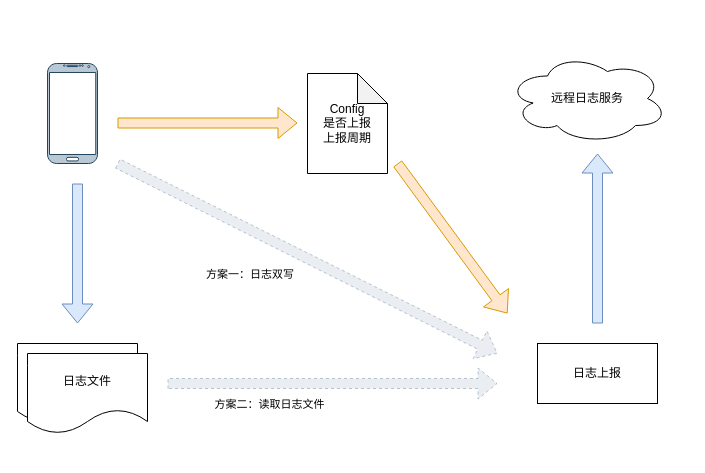
Above: log_report.drawio in XXXShaoZi/test_file (draw.io), before the change. Source tidied: cells renumbered, new cells numbered last; positions are measured from the earlier drawing's top-left corner, leaving out a move shared by most shapes. Both pictures are drawn from the tidied source at 100%, with x=0, y=0 at pixel (17, 53).
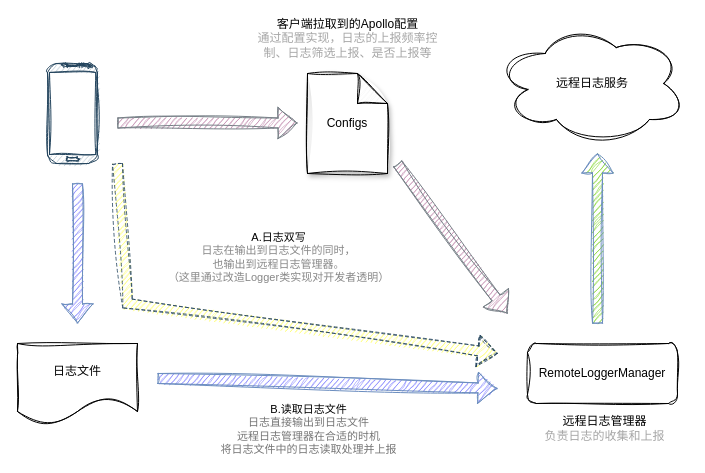
The same page after the edit.

What changed in the source:
```diff
@@
-    <mxCell id="2" value="远程日志服务" style="ellipse;shape=cloud;whiteSpace=wrap;html=1;" parent="1" vertex="1">
-      <mxGeometry x="490" width="160" height="90" as="geometry" />
+    <mxCell id="2" value="远程日志服务" style="ellipse;shape=cloud;whiteSpace=wrap;html=1;sketch=1;curveFitting=1;jiggle=2;" parent="1" vertex="1">
+      <mxGeometry x="480" y="-30" width="190" height="120" as="geometry" />
     </mxCell>
-    <mxCell id="3" style="verticalLabelPosition=bottom;verticalAlign=top;html=1;shadow=0;dashed=0;strokeWidth=1;shape=mxgraph.android.phone2;strokeColor=#23445d;fillColor=#bac8d3;" parent="1" vertex="1">
+    <mxCell id="3" style="verticalLabelPosition=bottom;verticalAlign=top;html=1;shadow=0;dashed=0;strokeWidth=1;shape=mxgraph.android.phone2;strokeColor=#23445d;fillColor=#bac8d3;sketch=1;curveFitting=1;jiggle=2;" parent="1" vertex="1">
       <mxGeometry x="30" y="10" width="50" height="100" as="geometry" />
     </mxCell>
-    <mxCell id="4" style="group;" parent="1" vertex="1">
-      <mxGeometry y="290" width="130" height="90" as="geometry" />
-    </mxCell>
-    <mxCell id="5" style="shape=document;whiteSpace=wrap;html=1;boundedLbl=1;" parent="4" vertex="1">
-      <mxGeometry width="120" height="80" as="geometry" />
-    </mxCell>
-    <mxCell id="6" value="日志文件" style="shape=document;whiteSpace=wrap;html=1;boundedLbl=1;" parent="4" vertex="1">
-      <mxGeometry x="10" y="10" width="120" height="80" as="geometry" />
-    </mxCell>
-    <mxCell id="7" style="endArrow=classic;html=1;rounded=0;shape=flexArrow;fillColor=#dae8fc;strokeColor=#6c8ebf;" parent="1" edge="1">
+    <mxCell id="7" style="endArrow=classic;html=1;rounded=0;shape=flexArrow;fillColor=#6666FF;strokeColor=#6c8ebf;sketch=1;curveFitting=1;jiggle=2;" parent="1" edge="1">
       <mxGeometry relative="1" as="geometry">
         <mxPoint x="60" y="130" as="sourcePoint" />
         <mxPoint x="60" y="270" as="targetPoint" />
       </mxGeometry>
     </mxCell>
-    <mxCell id="8" value="日志上报" style="rounded=0;whiteSpace=wrap;html=1;" parent="1" vertex="1">
-      <mxGeometry x="520" y="290" width="120" height="60" as="geometry" />
+    <mxCell id="8" value="RemoteLoggerManager" style="rounded=1;whiteSpace=wrap;html=1;sketch=1;curveFitting=1;jiggle=2;" parent="1" vertex="1">
+      <mxGeometry x="510" y="290" width="150" height="60" as="geometry" />
     </mxCell>
-    <mxCell id="9" style="endArrow=classic;html=1;rounded=0;shape=flexArrow;fillColor=#dae8fc;strokeColor=#6c8ebf;" parent="1" edge="1">
+    <mxCell id="9" style="endArrow=classic;html=1;rounded=0;shape=flexArrow;fillColor=#66CC00;strokeColor=#6c8ebf;sketch=1;curveFitting=1;jiggle=2;shadow=0;" parent="1" edge="1">
       <mxGeometry relative="1" as="geometry">
         <mxPoint x="580" y="270" as="sourcePoint" />
         <mxPoint x="580" y="100" as="targetPoint" />
       </mxGeometry>
     </mxCell>
-    <mxCell id="10" value="Config&lt;br&gt;是否上报&lt;br&gt;上报周期&lt;br&gt;" style="shape=note;whiteSpace=wrap;html=1;backgroundOutline=1;darkOpacity=0.05;" parent="1" vertex="1">
+    <mxCell id="10" value="Configs" style="shape=note;whiteSpace=wrap;html=1;backgroundOutline=1;darkOpacity=0.05;sketch=1;curveFitting=1;jiggle=2;shadow=1;" parent="1" vertex="1">
       <mxGeometry x="290" y="20" width="80" height="100" as="geometry" />
     </mxCell>
-    <mxCell id="11" style="endArrow=classic;html=1;rounded=0;shape=flexArrow;fillColor=#ffe6cc;strokeColor=#d79b00;" parent="1" edge="1">
+    <mxCell id="11" style="endArrow=classic;html=1;rounded=0;shape=flexArrow;fillColor=#B5739D;strokeColor=#778087;sketch=1;curveFitting=1;jiggle=2;shadow=0;" parent="1" edge="1">
       <mxGeometry relative="1" as="geometry">
         <mxPoint x="380" y="110" as="sourcePoint" />
         <mxPoint x="490" y="260" as="targetPoint" />
       </mxGeometry>
     </mxCell>
-    <mxCell id="12" style="endArrow=classic;html=1;rounded=0;shape=flexArrow;fillColor=#ffe6cc;strokeColor=#d79b00;" parent="1" edge="1">
+    <mxCell id="12" style="endArrow=classic;html=1;rounded=0;shape=flexArrow;fillColor=#B5739D;strokeColor=#778087;sketch=1;curveFitting=1;jiggle=2;" parent="1" edge="1">
       <mxGeometry relative="1" as="geometry">
         <mxPoint x="100" y="69.5" as="sourcePoint" />
         <mxPoint x="280" y="69.5" as="targetPoint" />
       </mxGeometry>
     </mxCell>
-    <mxCell id="13" style="endArrow=classic;html=1;rounded=0;shape=flexArrow;dashed=1;fillColor=#bac8d3;strokeColor=#23445d;fillStyle=solid;opacity=30;" parent="1" edge="1">
-      <mxGeometry relative="1" as="geometry">
-        <mxPoint x="150" y="330" as="sourcePoint" />
-        <mxPoint x="480" y="330" as="targetPoint" />
-      </mxGeometry>
-    </mxCell>
-    <mxCell id="14" value="方案二：读取日志文件" style="edgeLabel;html=1;align=center;verticalAlign=middle;" parent="13" vertex="1">
-      <mxGeometry x="-0.1" y="6" relative="1" as="geometry">
-        <mxPoint x="-48" y="26" as="offset" />
-      </mxGeometry>
-    </mxCell>
-    <mxCell id="15" style="endArrow=classic;html=1;rounded=0;shape=flexArrow;dashed=1;fillColor=#bac8d3;strokeColor=#23445d;opacity=30;" parent="1" edge="1">
+    <mxCell id="15" style="endArrow=classic;html=1;rounded=0;shape=flexArrow;dashed=1;fillColor=#FFFF33;strokeColor=#23445d;opacity=80;sketch=1;curveFitting=1;jiggle=2;" parent="1" edge="1">
       <mxGeometry relative="1" as="geometry">
         <mxPoint x="100" y="110" as="sourcePoint" />
         <mxPoint x="480" y="300" as="targetPoint" />
+        <Array as="points">
+          <mxPoint x="110" y="250" />
+        </Array>
       </mxGeometry>
     </mxCell>
-    <mxCell id="16" value="&lt;div style=&quot;&quot;&gt;&lt;span style=&quot;white-space: pre;&quot;&gt; &lt;/span&gt;方案一：日志双写&lt;/div&gt;" style="edgeLabel;html=1;align=center;verticalAlign=middle;" parent="15" vertex="1">
+    <mxCell id="16" value="&lt;div style=&quot;&quot;&gt;&lt;span style=&quot;white-space: pre;&quot;&gt;A.&lt;/span&gt;日志双写&lt;/div&gt;&lt;div style=&quot;&quot;&gt;&lt;font color=&quot;#878787&quot;&gt;日志在输出到日志文件的同时，&lt;/font&gt;&lt;/div&gt;&lt;div style=&quot;&quot;&gt;&lt;font color=&quot;#878787&quot;&gt;也输出到远程日志管理器。&lt;/font&gt;&lt;/div&gt;&lt;div style=&quot;&quot;&gt;&lt;font color=&quot;#878787&quot;&gt;（这里通过改造Logger类实现对开发者透明）&lt;/font&gt;&lt;/div&gt;" style="edgeLabel;html=1;align=center;verticalAlign=middle;labelBackgroundColor=none;" parent="15" vertex="1">
       <mxGeometry x="0.04" y="-5" relative="1" as="geometry">
-        <mxPoint x="-65" y="7" as="offset" />
+        <mxPoint x="26" y="-68" as="offset" />
       </mxGeometry>
     </mxCell>
+    <mxCell id="17" value="远程日志管理器&lt;br&gt;&lt;font color=&quot;#a6a6a6&quot;&gt;负责日志的收集和上报&lt;/font&gt;" style="text;strokeColor=none;align=center;fillColor=none;html=1;verticalAlign=middle;whiteSpace=wrap;rounded=0;" parent="1" vertex="1">
+      <mxGeometry x="515" y="360" width="145" height="30" as="geometry" />
+    </mxCell>
+    <mxCell id="6" value="日志文件" style="shape=document;whiteSpace=wrap;html=1;boundedLbl=1;shadow=0;sketch=1;curveFitting=1;jiggle=2;" parent="1" vertex="1">
+      <mxGeometry y="290" width="120" height="80" as="geometry" />
+    </mxCell>
+    <mxCell id="18" value="客户端拉取到的Apollo配置&lt;br&gt;&lt;font color=&quot;#a6a6a6&quot;&gt;通过配置实现，日志的上报频率控制、日志筛选上报、是否上报等&lt;/font&gt;" style="text;strokeColor=none;align=center;fillColor=none;html=1;verticalAlign=middle;whiteSpace=wrap;rounded=0;" parent="1" vertex="1">
+      <mxGeometry x="233.8" y="-30" width="192.5" height="30" as="geometry" />
+    </mxCell>
+    <mxCell id="19" value="B.读取日志文件&lt;br&gt;&lt;font color=&quot;#757575&quot;&gt;日志直接输出到日志文件&lt;br&gt;远程日志管理器在合适的时机&lt;br&gt;将日志文件中的日志读取处理并上报&lt;/font&gt;" style="edgeLabel;html=1;align=center;verticalAlign=middle;labelBackgroundColor=none;" parent="1" vertex="1">
+      <mxGeometry x="290" y="375" as="geometry" />
+    </mxCell>
+    <mxCell id="20" style="endArrow=classic;html=1;rounded=0;shape=flexArrow;fillColor=#6666FF;strokeColor=#6c8ebf;sketch=1;curveFitting=1;jiggle=2;" parent="1" edge="1">
+      <mxGeometry relative="1" as="geometry">
+        <mxPoint x="140" y="325" as="sourcePoint" />
+        <mxPoint x="480" y="335" as="targetPoint" />
+      </mxGeometry>
+    </mxCell>
```
